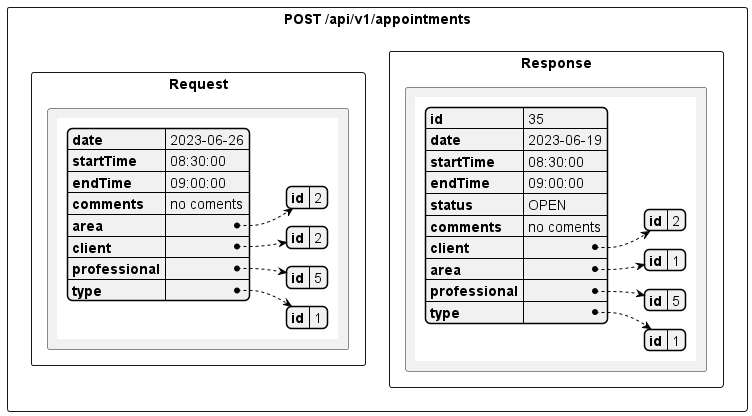
Above: docs/out/end-point-post-appointments.png in glaucotodesco/bootcamp-agenda (PlantUML), before the change. Source of this version:
```plantuml
@startuml
!$request={
   "date":"2023-06-26",
   "startTime": "08:30:00",
   "endTime": "09:00:00",
   "comments": "no coments",
   "area": {
      "id": 2
   }
   ,
   "client": {
      "id": 2
   }
   ,
   "professional":  {
      "id": 5
   }
   ,
   "type": {
      "id": 1
   }
}

!$response ={
   "id": 35,
   "date": "2023-06-19",
   "startTime": "08:30:00",
   "endTime": "09:00:00",
   "status": "OPEN",
   "comments": "no coments",
   "client":{
      "id": 2
   }
   ,
   "area":{
      "id": 1
   }
   ,
   "professional":{
      "id": 5
   }
   ,
   "type":{
      "id": 1
   }
}
rectangle "POST /api/v1/appointments" {

   rectangle "Response"  {
      rectangle Response as " {{json
      $response
      }}"
   }

   rectangle "Request"  {
      rectangle Request as " {{json
      $request
      }}"
   }
}
@enduml
```
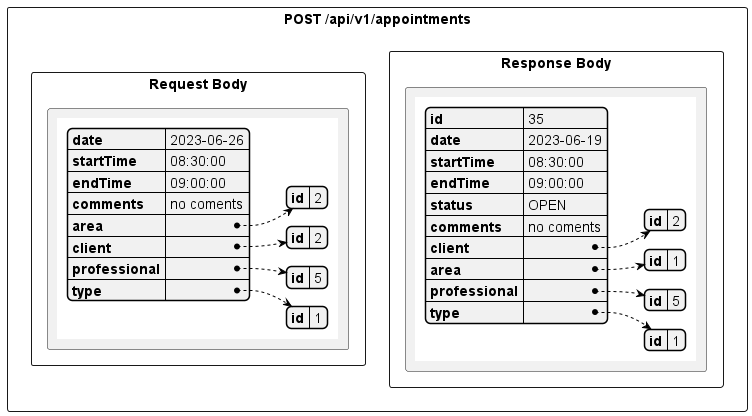
Above is the later version.

Change to the diagram source:
```diff
@@ -46,13 +46,13 @@
 }
 rectangle "POST /api/v1/appointments" {
 
-   rectangle "Response"  {
+   rectangle "Response Body"  {
       rectangle Response as " {{json
       $response
       }}"
    }
 
-   rectangle "Request"  {
+   rectangle "Request Body"  {
       rectangle Request as " {{json
       $request
       }}"
```
